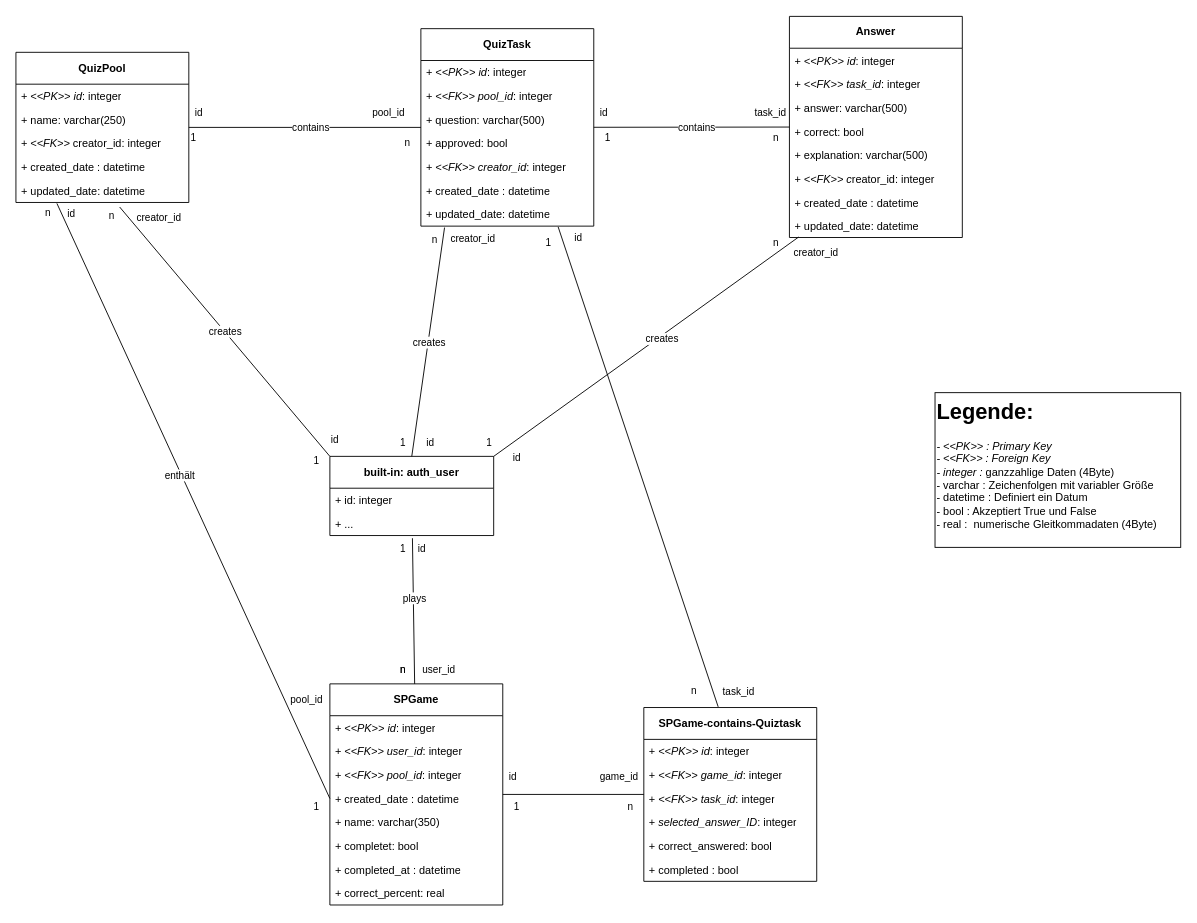
Above: Documentation/ERM.drawio in fulcrum1991/Quiz-App (draw.io), before the change. Source tidied: cells renumbered, new cells numbered last; positions are measured from the earlier drawing's top-left corner, leaving out a move shared by most shapes. Both pictures are drawn from the tidied source at 91%, with x=0, y=0 at pixel (15, 15).
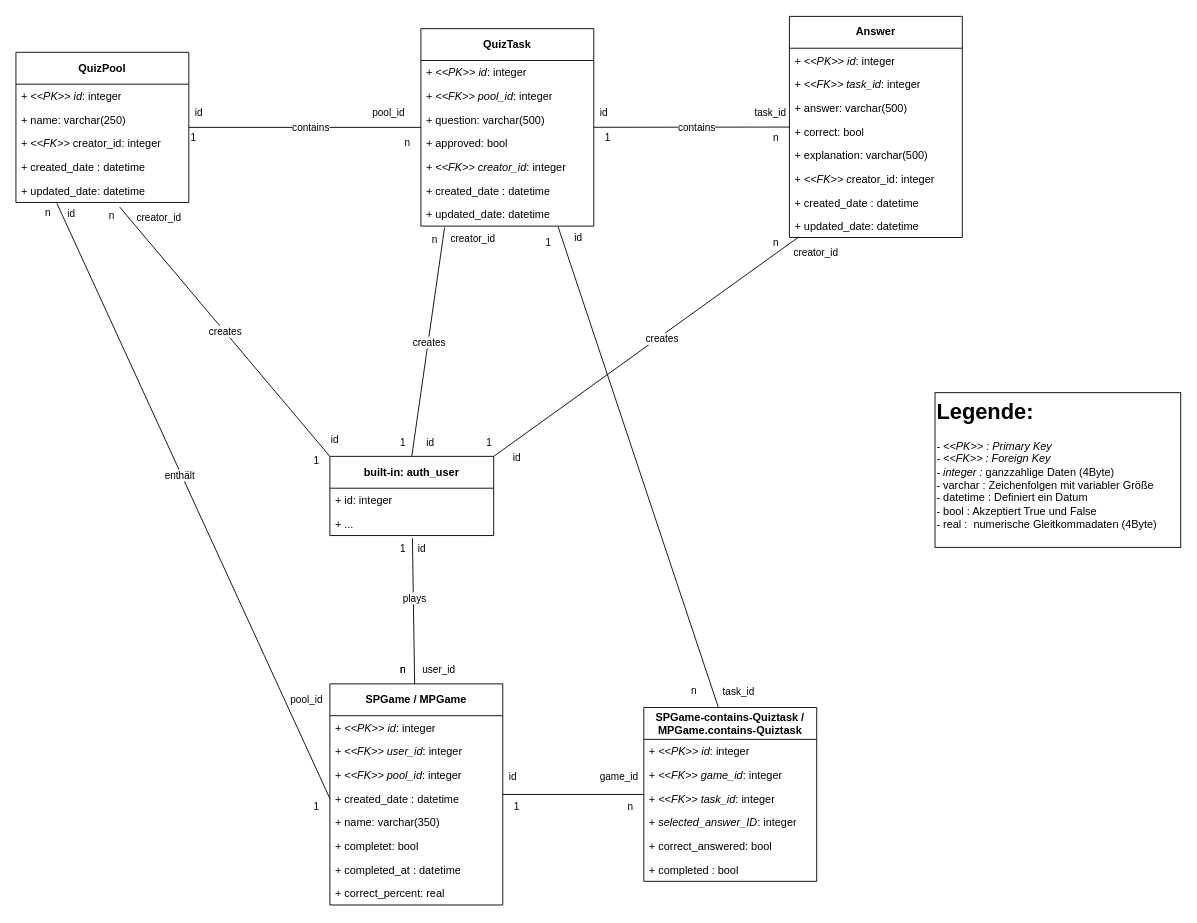
After the change.

Diff of the diagram source:
```diff
@@
-    <mxCell id="56" value="&lt;span style=&quot;text-wrap: nowrap;&quot;&gt;&lt;b&gt;SPGame&lt;/b&gt;&lt;/span&gt;" style="swimlane;fontStyle=0;horizontal=1;startSize=35;fillColor=none;whiteSpace=wrap;html=1;" parent="1" vertex="1">
+    <mxCell id="56" value="&lt;span style=&quot;text-wrap: nowrap;&quot;&gt;&lt;b&gt;SPGame / MPGame&lt;/b&gt;&lt;/span&gt;" style="swimlane;fontStyle=0;horizontal=1;startSize=35;fillColor=none;whiteSpace=wrap;html=1;" parent="1" vertex="1">
       <mxGeometry x="345" y="734" width="190" height="243" as="geometry" />
     </mxCell>
@@
-    <mxCell id="65" value="&lt;span style=&quot;text-wrap: nowrap;&quot;&gt;&lt;b&gt;SPGame-&lt;/b&gt;&lt;/span&gt;&lt;b style=&quot;text-wrap: nowrap;&quot;&gt;contains-Quiztask&lt;/b&gt;" style="swimlane;fontStyle=0;horizontal=1;startSize=35;fillColor=none;whiteSpace=wrap;html=1;" parent="1" vertex="1">
+    <mxCell id="65" value="&lt;span style=&quot;text-wrap: nowrap;&quot;&gt;&lt;b&gt;SPGame-&lt;/b&gt;&lt;/span&gt;&lt;b style=&quot;text-wrap: nowrap;&quot;&gt;contains-Quiztask /&lt;/b&gt;&lt;div&gt;&lt;b style=&quot;text-wrap: nowrap;&quot;&gt;MPGame.contains-Quiztask&lt;/b&gt;&lt;/div&gt;" style="swimlane;fontStyle=0;horizontal=1;startSize=35;fillColor=none;whiteSpace=wrap;html=1;" parent="1" vertex="1">
       <mxGeometry x="690" y="760" width="190" height="191" as="geometry" />
     </mxCell>
```
